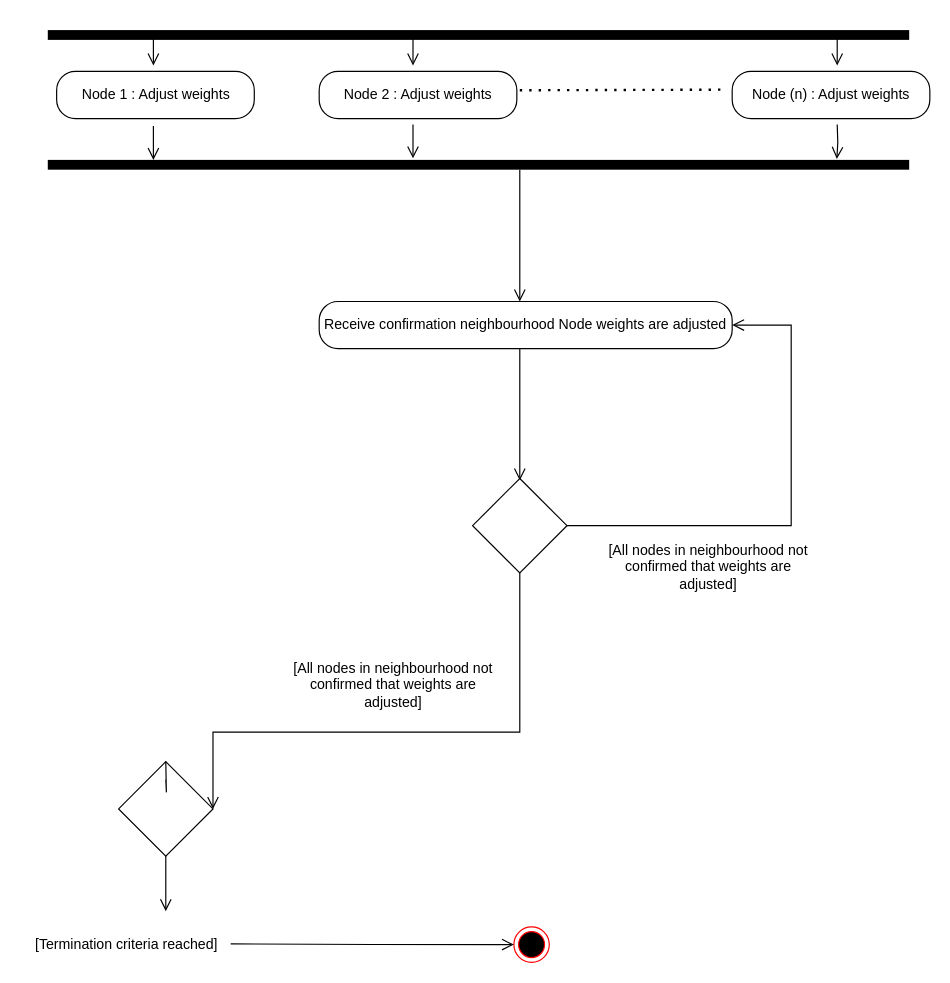
This is ActivityDiagram2.drawio from vanelopethecoder/som-basic, a draw.io file, before an edit. Source tidied: cells renumbered, new cells numbered last; positions are measured from the earlier drawing's top-left corner, leaving out a move shared by most shapes. Both pictures are drawn from the tidied source at 118%, with x=0, y=0 at pixel (20, 30).
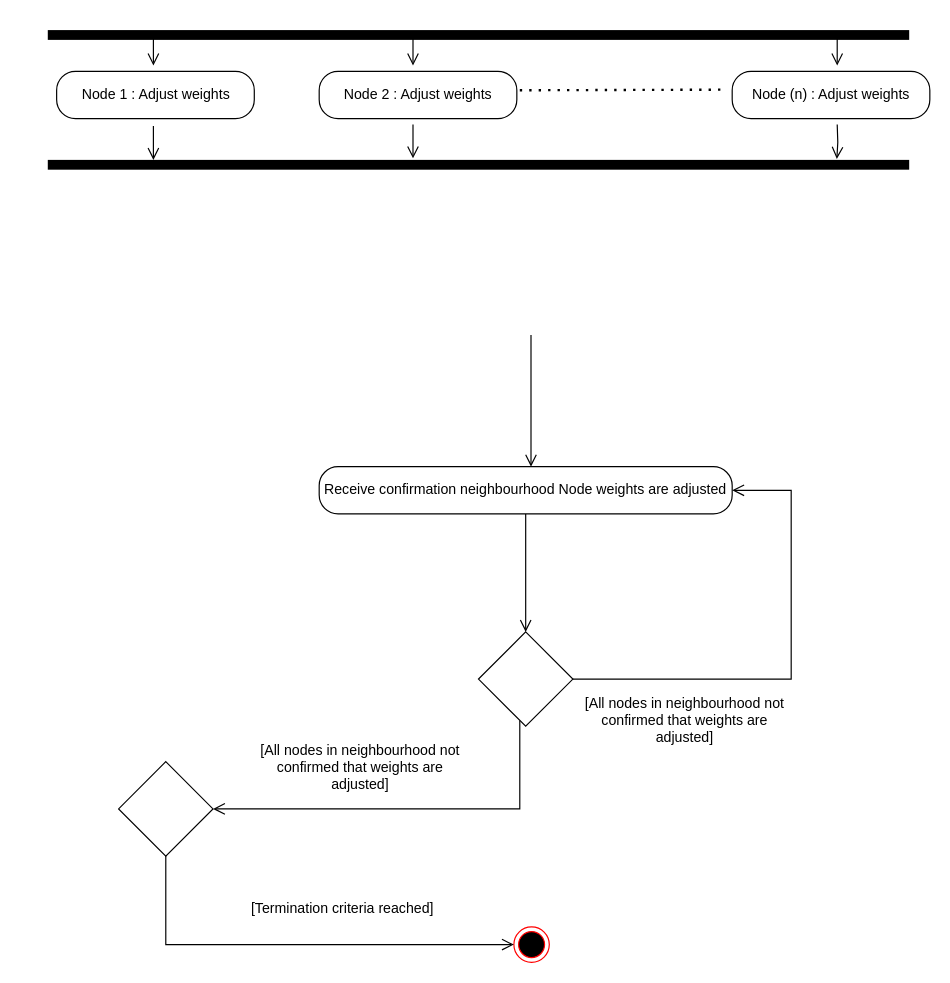
After the change.

Unchanged cells that the change refers to:
```xml
<mxCell id="11" style="ellipse;html=1;shape=endState;fillColor=#000000;strokeColor=#ff0000;" parent="1" vertex="1">
  <mxGeometry x="418" y="760" width="30" height="30" as="geometry" />
</mxCell>
<mxCell id="26" style="rhombus;whiteSpace=wrap;html=1;" parent="1" vertex="1">
  <mxGeometry x="83" y="620" width="80" height="80" as="geometry" />
</mxCell>
```

Diff of the diagram source:
```diff
@@
     <mxCell id="4" style="edgeStyle=orthogonalEdgeStyle;html=1;verticalAlign=bottom;endArrow=open;endSize=8;strokeColor=#000000;rounded=0;" parent="1" edge="1">
       <mxGeometry relative="1" as="geometry">
-        <mxPoint x="423" y="118.3" as="sourcePoint" />
-        <mxPoint x="423" y="230" as="targetPoint" />
+        <mxPoint x="432.5" y="258.3" as="sourcePoint" />
+        <mxPoint x="432.5" y="370" as="targetPoint" />
         <Array as="points">
-          <mxPoint x="423" y="208.3" />
-          <mxPoint x="423" y="208.3" />
+          <mxPoint x="432.5" y="348.3" />
+          <mxPoint x="432.5" y="348.3" />
         </Array>
       </mxGeometry>
     </mxCell>
     <mxCell id="5" value="Receive confirmation neighbourhood Node weights are adjusted" style="rounded=1;whiteSpace=wrap;html=1;arcSize=40;fontColor=#000000;fillColor=#FFFFFF;strokeColor=#000000;" parent="1" vertex="1">
-      <mxGeometry x="253" y="230" width="350" height="40" as="geometry" />
+      <mxGeometry x="253" y="370" width="350" height="40" as="geometry" />
     </mxCell>
-    <mxCell id="6" style="edgeStyle=orthogonalEdgeStyle;html=1;verticalAlign=bottom;endArrow=open;endSize=8;strokeColor=#000000;rounded=0;" parent="1" edge="1">
-      <mxGeometry relative="1" as="geometry">
-        <mxPoint x="423" y="270" as="sourcePoint" />
-        <mxPoint x="423" y="381.7" as="targetPoint" />
-        <Array as="points">
-          <mxPoint x="423.4" y="290" />
-          <mxPoint x="423.4" y="290" />
-        </Array>
-      </mxGeometry>
+    <mxCell id="6" style="edgeStyle=orthogonalEdgeStyle;html=1;verticalAlign=bottom;endArrow=open;endSize=8;strokeColor=#000000;rounded=0;exitX=0.5;exitY=1;exitDx=0;exitDy=0;entryX=0.5;entryY=0;entryDx=0;entryDy=0;" parent="1" edge="1" source="5" target="7">
+      <mxGeometry relative="1" as="geometry" />
     </mxCell>
-    <mxCell id="7" style="rhombus;whiteSpace=wrap;html=1;" parent="1" vertex="1">
-      <mxGeometry x="383" y="380" width="80" height="80" as="geometry" />
-    </mxCell>
-    <mxCell id="8" style="edgeStyle=orthogonalEdgeStyle;html=1;verticalAlign=bottom;endArrow=open;endSize=8;strokeColor=#000000;rounded=0;entryX=1;entryY=0.5;entryDx=0;entryDy=0;" parent="1" edge="1" target="26">
+    <mxCell id="8" style="edgeStyle=orthogonalEdgeStyle;html=1;verticalAlign=bottom;endArrow=open;endSize=8;strokeColor=#000000;rounded=0;entryX=1;entryY=0.5;entryDx=0;entryDy=0;startArrow=none;" parent="1" edge="1" source="7" target="26">
       <mxGeometry relative="1" as="geometry">
-        <mxPoint x="423" y="460" as="sourcePoint" />
         <Array as="points">
-          <mxPoint x="423" y="595" />
+          <mxPoint x="423" y="660" />
         </Array>
       </mxGeometry>
     </mxCell>
-    <mxCell id="9" style="edgeStyle=orthogonalEdgeStyle;html=1;verticalAlign=bottom;endArrow=open;endSize=8;strokeColor=#000000;rounded=0;entryX=1;entryY=0.5;entryDx=0;entryDy=0;exitX=1;exitY=0.5;exitDx=0;exitDy=0;" parent="1" edge="1" source="7">
+    <mxCell id="9" style="edgeStyle=orthogonalEdgeStyle;html=1;verticalAlign=bottom;endArrow=open;endSize=8;strokeColor=#000000;rounded=0;exitX=1;exitY=0.5;exitDx=0;exitDy=0;entryX=1;entryY=0.5;entryDx=0;entryDy=0;" parent="1" edge="1" source="7" target="5">
       <mxGeometry relative="1" as="geometry">
-        <mxPoint x="603" y="250" as="targetPoint" />
         <Array as="points">
-          <mxPoint x="653" y="420" />
-          <mxPoint x="653" y="250" />
+          <mxPoint x="653" y="550" />
+          <mxPoint x="653" y="390" />
         </Array>
       </mxGeometry>
     </mxCell>
-    <mxCell id="10" style="edgeStyle=orthogonalEdgeStyle;html=1;verticalAlign=bottom;endArrow=open;endSize=8;strokeColor=#000000;rounded=0;startArrow=none;" parent="1" edge="1" source="26">
-      <mxGeometry relative="1" as="geometry">
-        <mxPoint x="123" y="746.7" as="targetPoint" />
-        <Array as="points">
-          <mxPoint x="123.4" y="655" />
-          <mxPoint x="123.4" y="655" />
-        </Array>
-      </mxGeometry>
-    </mxCell>
@@
-    <mxCell id="12" style="edgeStyle=orthogonalEdgeStyle;html=1;verticalAlign=bottom;endArrow=open;endSize=8;strokeColor=#000000;rounded=0;entryX=0;entryY=0.5;entryDx=0;entryDy=0;exitX=1;exitY=0.5;exitDx=0;exitDy=0;" parent="1" edge="1" target="11">
+    <mxCell id="12" style="edgeStyle=orthogonalEdgeStyle;html=1;verticalAlign=bottom;endArrow=open;endSize=8;strokeColor=#000000;rounded=0;entryX=0;entryY=0.5;entryDx=0;entryDy=0;exitX=0.5;exitY=1;exitDx=0;exitDy=0;" parent="1" edge="1" source="26" target="11">
       <mxGeometry relative="1" as="geometry">
-        <mxPoint x="178" y="774.4" as="sourcePoint" />
+        <Array as="points">
+          <mxPoint x="123" y="775" />
+        </Array>
       </mxGeometry>
     </mxCell>
@@
     <mxCell id="18" value="[All nodes in neighbourhood not confirmed that weights are adjusted]" style="text;html=1;strokeColor=none;fillColor=none;align=center;verticalAlign=middle;whiteSpace=wrap;rounded=0;labelBackgroundColor=#FFFFFF;" parent="1" vertex="1">
-      <mxGeometry x="493" y="440" width="180" height="30" as="geometry" />
+      <mxGeometry x="473" y="570" width="180" height="30" as="geometry" />
     </mxCell>
     <mxCell id="19" value="[All nodes in neighbourhood not confirmed that weights are adjusted]" style="text;html=1;strokeColor=none;fillColor=none;align=center;verticalAlign=middle;whiteSpace=wrap;rounded=0;labelBackgroundColor=#FFFFFF;" parent="1" vertex="1">
-      <mxGeometry x="225.5" y="540" width="180" height="30" as="geometry" />
+      <mxGeometry x="198" y="610" width="180" height="30" as="geometry" />
     </mxCell>
     <mxCell id="20" value="[Termination criteria reached]" style="text;html=1;strokeColor=none;fillColor=none;align=center;verticalAlign=middle;whiteSpace=wrap;rounded=0;labelBackgroundColor=#FFFFFF;" parent="1" vertex="1">
-      <mxGeometry y="760" width="180" height="30" as="geometry" />
+      <mxGeometry x="183" y="730" width="180" height="30" as="geometry" />
     </mxCell>
@@
-    <mxCell id="27" style="edgeStyle=orthogonalEdgeStyle;html=1;verticalAlign=bottom;endArrow=none;endSize=8;strokeColor=#000000;rounded=0;" parent="1" edge="1" target="26">
-      <mxGeometry relative="1" as="geometry">
-        <mxPoint x="123" y="635" as="sourcePoint" />
-      </mxGeometry>
-    </mxCell>
+    <mxCell id="7" style="rhombus;whiteSpace=wrap;html=1;" parent="1" vertex="1">
+      <mxGeometry x="388" y="510" width="80" height="80" as="geometry" />
+    </mxCell>
```
